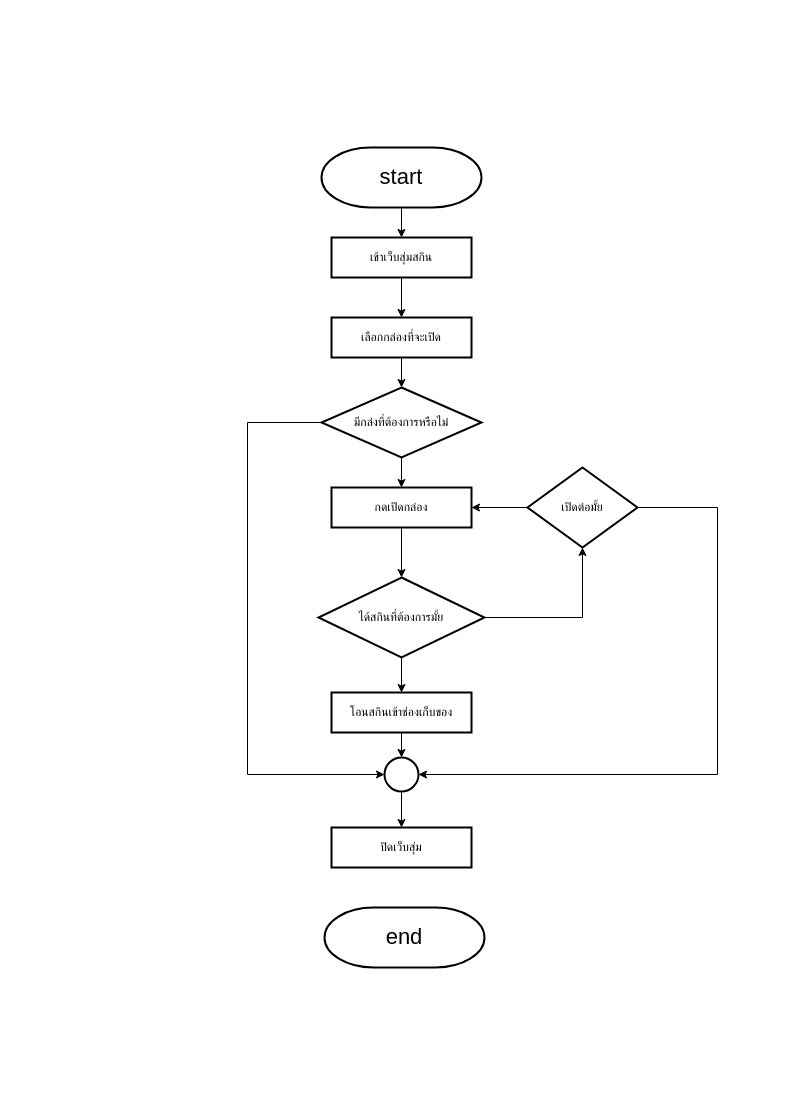
Above: LAB01.drawio in ENDERCAFe/Computer_Programming_Lab (draw.io), before the change. Source tidied: cells renumbered, new cells numbered last; positions are measured from the earlier drawing's top-left corner, leaving out a move shared by most shapes. Both pictures are drawn from the tidied source at 100%, with x=0, y=0 at pixel (247, 147).
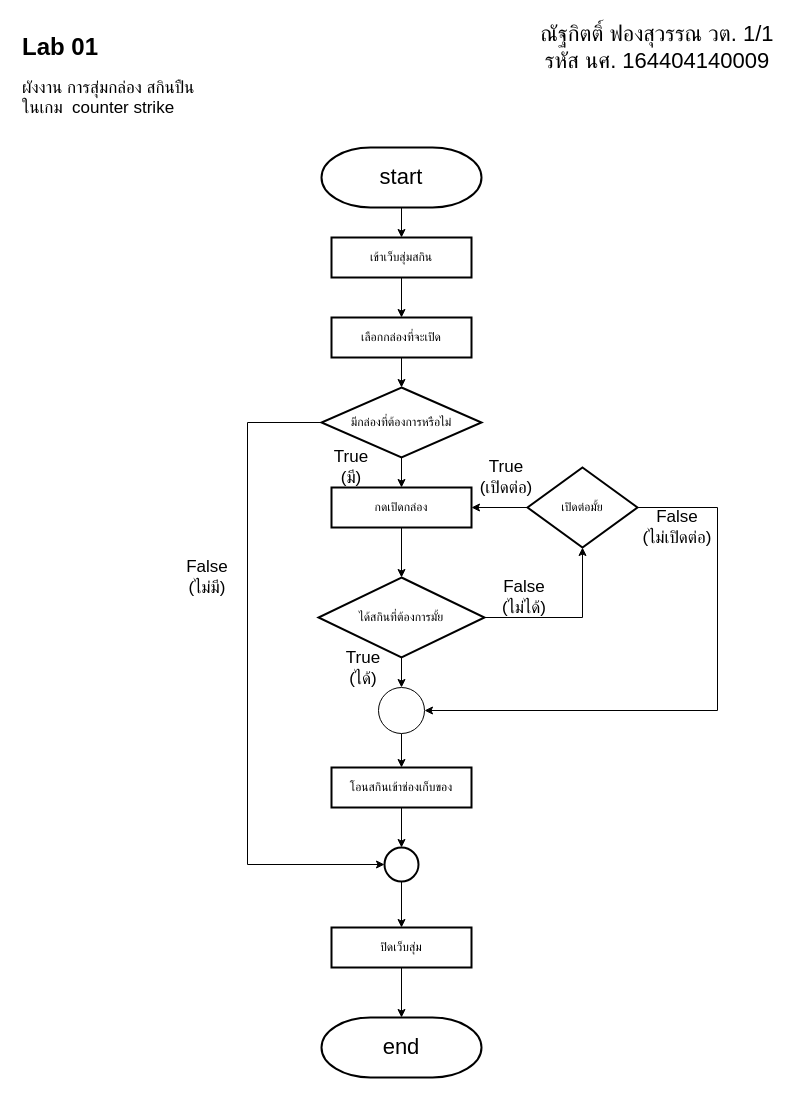
Above is the later version.

Unchanged cells that the change refers to:
```xml
<mxCell id="14" value="ได้สกินที่ต้องการมั้ย" style="rhombus;whiteSpace=wrap;html=1;strokeWidth=2;" parent="1" vertex="1">
  <mxGeometry x="71" y="430" width="166" height="80" as="geometry" />
</mxCell>
<mxCell id="21" value="เปิดต่อมั้ย" style="rhombus;whiteSpace=wrap;html=1;strokeWidth=2;" parent="1" vertex="1">
  <mxGeometry x="280" y="320" width="110" height="80" as="geometry" />
</mxCell>
```

Diff of the diagram source:
```diff
@@
     <mxCell id="4" value="&lt;font style=&quot;font-size: 22px&quot;&gt;end&lt;/font&gt;" style="strokeWidth=2;html=1;shape=mxgraph.flowchart.terminator;whiteSpace=wrap;" parent="1" vertex="1">
-      <mxGeometry x="77" y="760" width="160" height="60" as="geometry" />
+      <mxGeometry x="74" y="870" width="160" height="60" as="geometry" />
     </mxCell>
@@
     <mxCell id="8" style="edgeStyle=orthogonalEdgeStyle;rounded=0;jettySize=auto;html=1;entryX=0;entryY=0.5;entryDx=0;entryDy=0;" parent="1" edge="1" source="9" target="24">
       <mxGeometry relative="1" as="geometry">
         <Array as="points">
           <mxPoint y="275" />
-          <mxPoint y="627" />
+          <mxPoint y="717" />
         </Array>
       </mxGeometry>
     </mxCell>
-    <mxCell id="9" value="มีกล่งที่ต้องการหรือไม่" style="rhombus;whiteSpace=wrap;html=1;strokeWidth=2;" parent="1" vertex="1">
+    <mxCell id="9" value="มีกล่องที่ต้องการหรือไม่" style="rhombus;whiteSpace=wrap;html=1;strokeWidth=2;" parent="1" vertex="1">
       <mxGeometry x="74" y="240" width="160" height="70" as="geometry" />
     </mxCell>
@@
-    <mxCell id="12" style="edgeStyle=orthogonalEdgeStyle;rounded=0;jettySize=auto;html=1;" parent="1" edge="1" source="14" target="16">
-      <mxGeometry relative="1" as="geometry" />
-    </mxCell>
@@
+    <mxCell id="25" style="edgeStyle=orthogonalEdgeStyle;rounded=0;jettySize=auto;html=1;" parent="1" edge="1" source="14" target="38">
+      <mxGeometry relative="1" as="geometry" />
+    </mxCell>
@@
     <mxCell id="16" value="โอนสกินเข้าช่องเก็บของ" style="rounded=0;whiteSpace=wrap;html=1;strokeWidth=2;" parent="1" vertex="1">
-      <mxGeometry x="84" y="545" width="140" height="40" as="geometry" />
+      <mxGeometry x="84" y="620" width="140" height="40" as="geometry" />
     </mxCell>
@@
-    <mxCell id="20" style="edgeStyle=orthogonalEdgeStyle;rounded=0;jettySize=auto;html=1;entryX=1;entryY=0.5;entryDx=0;entryDy=0;" parent="1" edge="1" source="21" target="24">
-      <mxGeometry relative="1" as="geometry">
-        <Array as="points">
-          <mxPoint x="470" y="360" />
-          <mxPoint x="470" y="627" />
-        </Array>
-      </mxGeometry>
-    </mxCell>
+    <mxCell id="26" style="edgeStyle=orthogonalEdgeStyle;rounded=0;jettySize=auto;html=1;" parent="1" edge="1" source="21" target="38">
+      <mxGeometry relative="1" as="geometry">
+        <Array as="points">
+          <mxPoint x="470" y="360" />
+          <mxPoint x="470" y="563" />
+        </Array>
+      </mxGeometry>
+    </mxCell>
@@
+    <mxCell id="27" style="edgeStyle=orthogonalEdgeStyle;rounded=0;jettySize=auto;html=1;" parent="1" edge="1" source="22" target="4">
+      <mxGeometry relative="1" as="geometry" />
+    </mxCell>
     <mxCell id="22" value="ปิดเว็บสุ่ม" style="rounded=0;whiteSpace=wrap;html=1;strokeWidth=2;" parent="1" vertex="1">
-      <mxGeometry x="84" y="680" width="140" height="40" as="geometry" />
+      <mxGeometry x="84" y="780" width="140" height="40" as="geometry" />
     </mxCell>
@@
     <mxCell id="24" style="ellipse;whiteSpace=wrap;html=1;strokeWidth=2;" parent="1" vertex="1">
-      <mxGeometry x="137" y="610" width="34" height="34" as="geometry" />
+      <mxGeometry x="137" y="700" width="34" height="34" as="geometry" />
     </mxCell>
+    <mxCell id="28" value="&lt;font style=&quot;font-size: 17px&quot;&gt;True&lt;br&gt;(มี)&lt;br&gt;&lt;/font&gt;" style="text;html=1;strokeColor=none;fillColor=none;align=center;verticalAlign=middle;whiteSpace=wrap;rounded=0;" parent="1" vertex="1">
+      <mxGeometry x="84" y="310" width="40" height="20" as="geometry" />
+    </mxCell>
+    <mxCell id="29" value="&lt;font style=&quot;font-size: 17px&quot;&gt;True&lt;br&gt;(ได้)&lt;br&gt;&lt;/font&gt;" style="text;html=1;strokeColor=none;fillColor=none;align=center;verticalAlign=middle;whiteSpace=wrap;rounded=0;" parent="1" vertex="1">
+      <mxGeometry x="96" y="511" width="40" height="20" as="geometry" />
+    </mxCell>
+    <mxCell id="30" value="&lt;font style=&quot;font-size: 17px&quot;&gt;True&lt;br&gt;(เปิดต่อ)&lt;br&gt;&lt;/font&gt;" style="text;html=1;strokeColor=none;fillColor=none;align=center;verticalAlign=middle;whiteSpace=wrap;rounded=0;" parent="1" vertex="1">
+      <mxGeometry x="224" y="320" width="70" height="20" as="geometry" />
+    </mxCell>
+    <mxCell id="31" value="&lt;font style=&quot;font-size: 17px&quot;&gt;False&lt;br&gt;(ไม่เปิดต่อ)&lt;br&gt;&lt;/font&gt;" style="text;html=1;strokeColor=none;fillColor=none;align=center;verticalAlign=middle;whiteSpace=wrap;rounded=0;" parent="1" vertex="1">
+      <mxGeometry x="390" y="370" width="80" height="20" as="geometry" />
+    </mxCell>
+    <mxCell id="32" value="&lt;font style=&quot;font-size: 17px&quot;&gt;False&lt;br&gt;(ไม่มี)&lt;br&gt;&lt;/font&gt;" style="text;html=1;strokeColor=none;fillColor=none;align=center;verticalAlign=middle;whiteSpace=wrap;rounded=0;" parent="1" vertex="1">
+      <mxGeometry x="-80" y="420" width="80" height="20" as="geometry" />
+    </mxCell>
+    <mxCell id="33" value="&lt;font style=&quot;font-size: 17px&quot;&gt;False&lt;br&gt;(ไม่ได้)&lt;br&gt;&lt;/font&gt;" style="text;html=1;strokeColor=none;fillColor=none;align=center;verticalAlign=middle;whiteSpace=wrap;rounded=0;" parent="1" vertex="1">
+      <mxGeometry x="237" y="440" width="80" height="20" as="geometry" />
+    </mxCell>
+    <mxCell id="34" value="&lt;h1&gt;Lab 01&lt;/h1&gt;&lt;p&gt;&lt;font style=&quot;font-size: 17px&quot;&gt;ผังงาน การสุ่มกล่อง สกินปืน &lt;br&gt;ในเกม&amp;nbsp;&amp;nbsp;counter strike&lt;/font&gt;&lt;/p&gt;" style="text;html=1;strokeColor=none;fillColor=none;spacing=5;spacingTop=-20;whiteSpace=wrap;overflow=hidden;rounded=0;" parent="1" vertex="1">
+      <mxGeometry x="-230" y="-120" width="290" height="90" as="geometry" />
+    </mxCell>
+    <mxCell id="35" style="edgeStyle=orthogonalEdgeStyle;rounded=0;orthogonalLoop=1;jettySize=auto;html=1;exitX=0.5;exitY=1;exitDx=0;exitDy=0;" parent="1" edge="1">
+      <mxGeometry relative="1" as="geometry">
+        <mxPoint x="-135" y="70" as="sourcePoint" />
+        <mxPoint x="-135" y="70" as="targetPoint" />
+      </mxGeometry>
+    </mxCell>
+    <mxCell id="36" value="&lt;font style=&quot;font-size: 22px&quot;&gt;ณัฐกิตติ์ ฟองสุวรรณ วต. 1/1&lt;br&gt;รหัส นศ. 164404140009&lt;br&gt;&lt;/font&gt;" style="text;html=1;strokeColor=none;fillColor=none;align=center;verticalAlign=middle;whiteSpace=wrap;rounded=0;" parent="1" vertex="1">
+      <mxGeometry x="280" y="-110" width="260" height="20" as="geometry" />
+    </mxCell>
+    <mxCell id="37" style="edgeStyle=orthogonalEdgeStyle;rounded=0;jettySize=auto;html=1;" parent="1" edge="1" source="38" target="16">
+      <mxGeometry relative="1" as="geometry" />
+    </mxCell>
+    <mxCell id="38" style="ellipse;whiteSpace=wrap;html=1;" parent="1" vertex="1">
+      <mxGeometry x="131" y="540" width="46" height="46" as="geometry" />
+    </mxCell>
```
